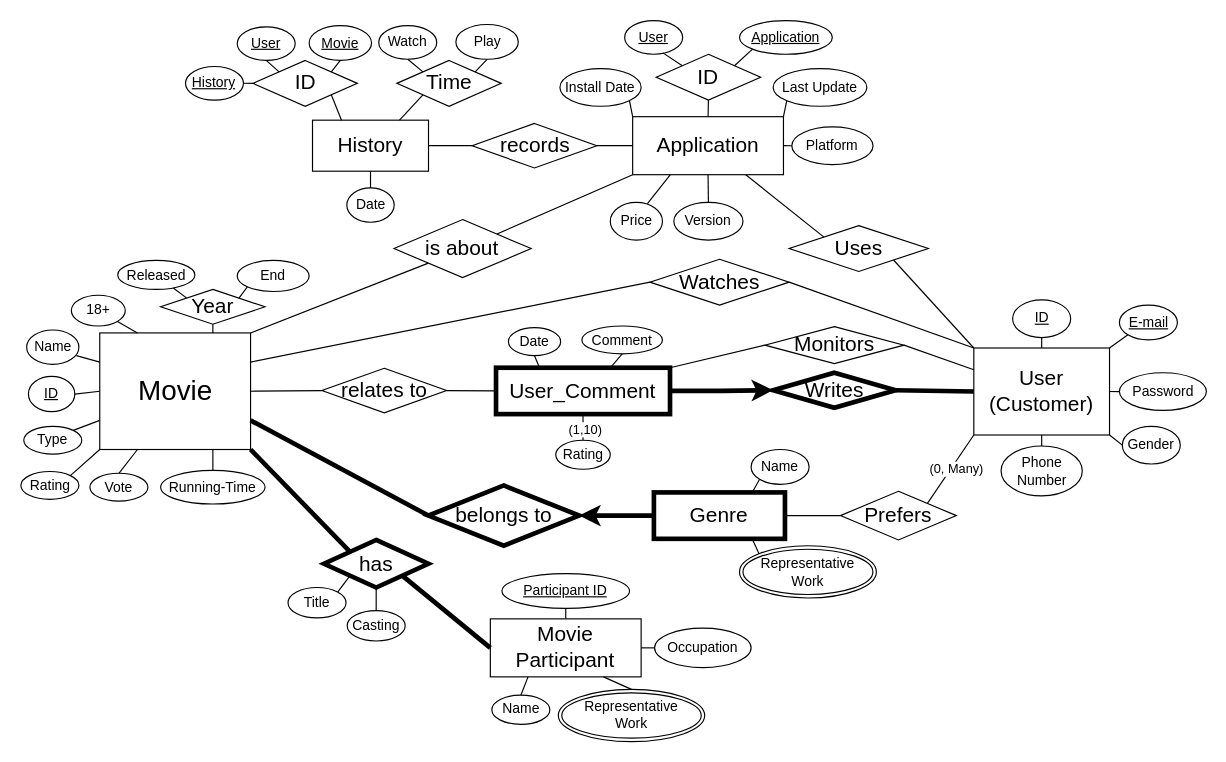
Earlier version of the draw.io diagram page "ER" (1 of 2) of Assignment1_ER_Modeling/Movie.drawio (hjpark83/DBMS). Source tidied: cells renumbered, new cells numbered last; positions are measured from the earlier drawing's top-left corner, leaving out a move shared by most shapes. Both pictures are drawn from the tidied source at 116%, with x=0, y=0 at pixel (20, 20).
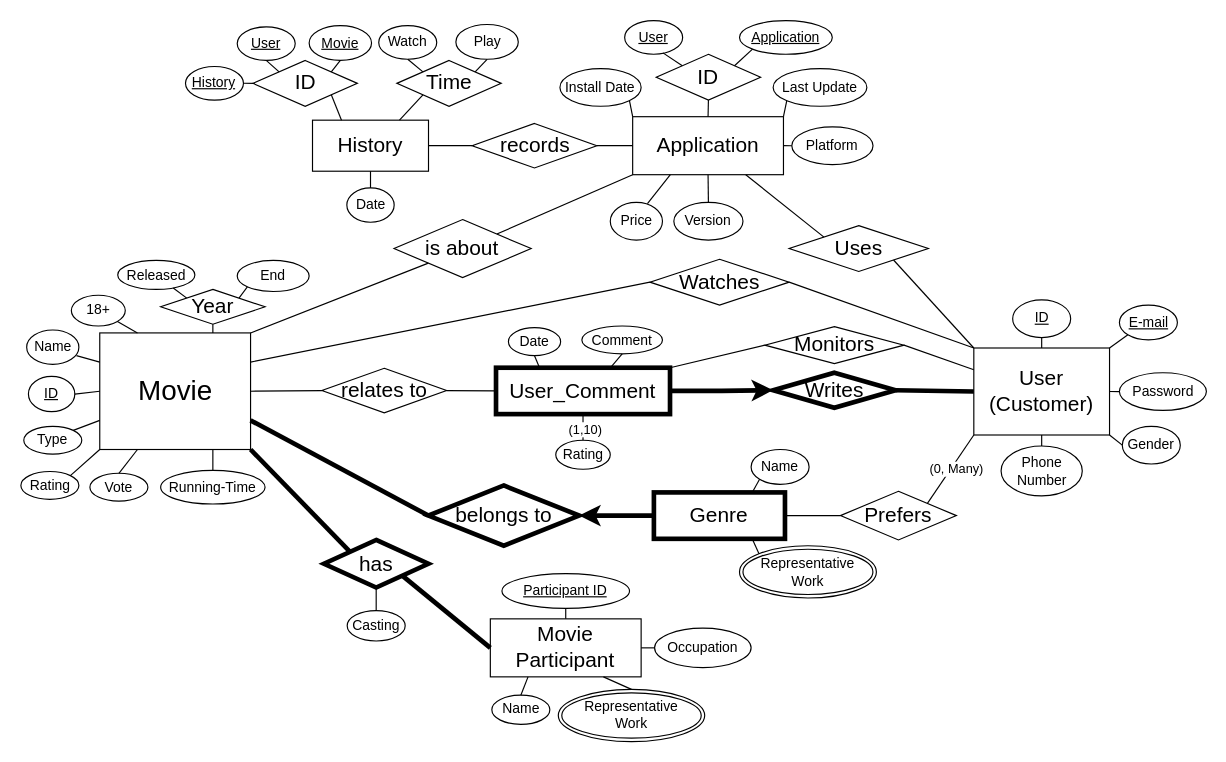
Above is the later version.

The change refers to these unchanged cells:
```xml
<mxCell id="52" value="&lt;font style=&quot;font-size: 18px;&quot;&gt;has&lt;/font&gt;" style="shape=rhombus;perimeter=rhombusPerimeter;whiteSpace=wrap;html=1;align=center;rounded=0;strokeWidth=4;" parent="1" vertex="1">
  <mxGeometry x="261.8" y="448" width="90" height="41" as="geometry" />
</mxCell>
```

The edit, as a diff of the source:
```diff
@@
-    <mxCell id="78" value="Title" style="ellipse;whiteSpace=wrap;html=1;align=center;rounded=1;" parent="1" vertex="1">
-      <mxGeometry x="230.8" y="489" width="50" height="26.2" as="geometry" />
-    </mxCell>
@@
-    <mxCell id="80" style="endArrow=none;html=1;rounded=1;exitX=0;exitY=1;exitDx=0;exitDy=0;entryX=1;entryY=0;entryDx=0;entryDy=0;" parent="1" edge="1" source="52" target="78">
-      <mxGeometry relative="1" as="geometry" />
-    </mxCell>
```
